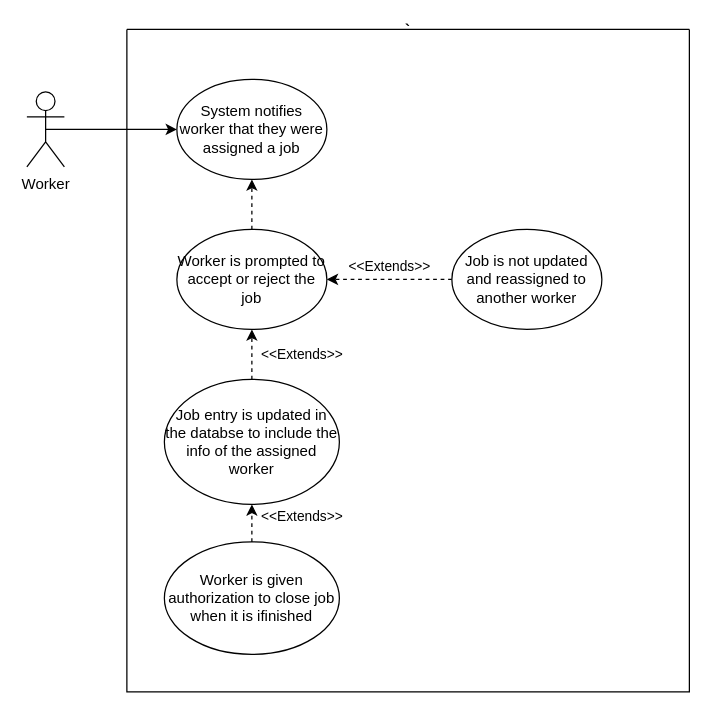
Above: page "Worker is assigned a job" (5 of 7) of Untitled Diagram.drawio in jdasnake81/cs3450-UseCaseDiagrams (draw.io), before the change. Source tidied: cells renumbered, new cells numbered last; positions are measured from the earlier drawing's top-left corner, leaving out a move shared by most shapes. Both pictures are drawn from the tidied source at 125%, with x=0, y=0 at pixel (26, 29).
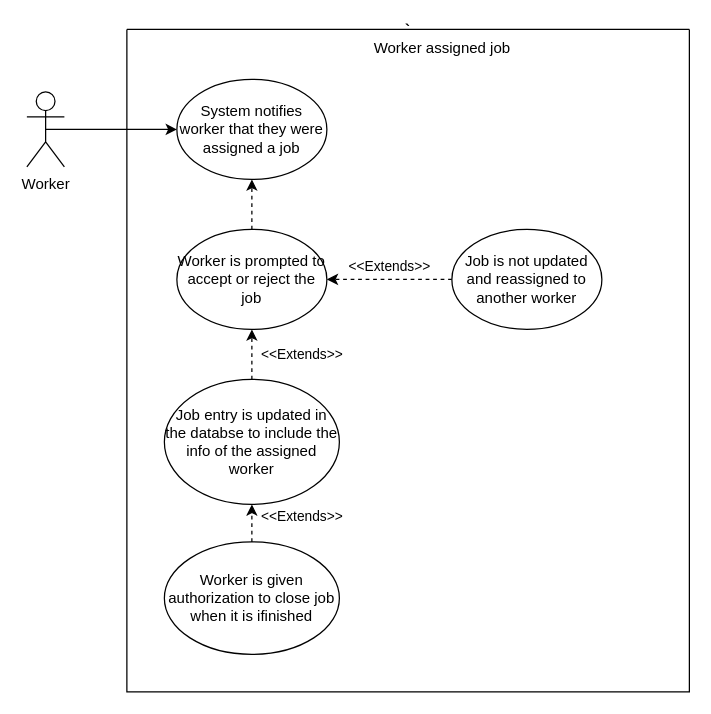
The same diagram, later.

Diff of the diagram source:
```diff
@@
 <mxGraphModel>
   <root>
     <mxCell id="0" />
     <mxCell id="1" parent="0" />
     <mxCell id="2" value="&amp;lt;&amp;lt;Includes&amp;gt;&amp;gt;" style="edgeStyle=orthogonalEdgeStyle;rounded=0;jettySize=auto;html=1;exitX=0.5;exitY=0;exitDx=0;exitDy=0;entryX=0.5;entryY=1;entryDx=0;entryDy=0;dashed=1;" parent="1" edge="1" source="3">
       <mxGeometry y="-40" relative="1" as="geometry">
         <mxPoint x="180" y="120" as="targetPoint" />
       </mxGeometry>
     </mxCell>
     <mxCell id="3" value="Worker is prompted to accept or reject the job" style="ellipse;whiteSpace=wrap;html=1;" parent="1" vertex="1">
       <mxGeometry x="120" y="160" width="120" height="80" as="geometry" />
     </mxCell>
     <mxCell id="4" value="&amp;lt;&amp;lt;Extends&amp;gt;&amp;gt;" style="edgeStyle=orthogonalEdgeStyle;rounded=0;jettySize=auto;html=1;exitX=0;exitY=0.5;exitDx=0;exitDy=0;entryX=1;entryY=0.5;entryDx=0;entryDy=0;dashed=1;" parent="1" edge="1" source="5" target="3">
       <mxGeometry y="-10" relative="1" as="geometry" />
     </mxCell>
     <mxCell id="5" value="Job is not updated and reassigned to another worker" style="ellipse;whiteSpace=wrap;html=1;" parent="1" vertex="1">
       <mxGeometry x="340" y="160" width="120" height="80" as="geometry" />
     </mxCell>
     <mxCell id="6" value="&amp;lt;&amp;lt;Extends&amp;gt;&amp;gt;" style="edgeStyle=orthogonalEdgeStyle;rounded=0;jettySize=auto;html=1;exitX=0.5;exitY=0;exitDx=0;exitDy=0;entryX=0.5;entryY=1;entryDx=0;entryDy=0;dashed=1;" parent="1" edge="1" source="7" target="3">
       <mxGeometry y="-40" relative="1" as="geometry" />
     </mxCell>
     <mxCell id="7" value="Job entry is updated in the databse to include the info of the assigned worker" style="ellipse;whiteSpace=wrap;html=1;" parent="1" vertex="1">
       <mxGeometry x="110" y="280" width="140" height="100" as="geometry" />
     </mxCell>
     <mxCell id="8" style="edgeStyle=orthogonalEdgeStyle;rounded=0;jettySize=auto;html=1;exitX=0.5;exitY=0.5;exitDx=0;exitDy=0;exitPerimeter=0;entryX=0;entryY=0.5;entryDx=0;entryDy=0;" parent="1" edge="1" source="9">
       <mxGeometry relative="1" as="geometry">
         <mxPoint x="120" y="80" as="targetPoint" />
       </mxGeometry>
     </mxCell>
     <mxCell id="9" value="Worker" style="shape=umlActor;verticalLabelPosition=bottom;verticalAlign=top;html=1;outlineConnect=0;" parent="1" vertex="1">
       <mxGeometry y="50" width="30" height="60" as="geometry" />
     </mxCell>
     <mxCell id="10" value="`" style="swimlane;startSize=0;" parent="1" vertex="1">
       <mxGeometry x="80" width="450" height="530" as="geometry" />
     </mxCell>
     <mxCell id="11" value="Worker is given authorization to close job when it is ifinished" style="ellipse;whiteSpace=wrap;html=1;" parent="10" vertex="1">
       <mxGeometry x="30" y="410" width="140" height="90" as="geometry" />
     </mxCell>
     <mxCell id="12" value="System notifies worker that they were assigned a job" style="ellipse;whiteSpace=wrap;html=1;" parent="10" vertex="1">
       <mxGeometry x="40" y="40" width="120" height="80" as="geometry" />
     </mxCell>
+    <mxCell id="14" value="Worker assigned job" style="text;html=1;strokeColor=none;fillColor=none;align=center;verticalAlign=middle;whiteSpace=wrap;rounded=0;" parent="10" vertex="1">
+      <mxGeometry x="195" width="115" height="30" as="geometry" />
+    </mxCell>
     <mxCell id="13" value="&amp;lt;&amp;lt;Extends&amp;gt;&amp;gt;" style="edgeStyle=orthogonalEdgeStyle;rounded=0;jettySize=auto;html=1;exitX=0.5;exitY=0;exitDx=0;exitDy=0;entryX=0.5;entryY=1;entryDx=0;entryDy=0;dashed=1;" parent="1" edge="1" source="11" target="7">
       <mxGeometry x="0.33" y="-40" relative="1" as="geometry" />
     </mxCell>
   </root>
 </mxGraphModel>
```
